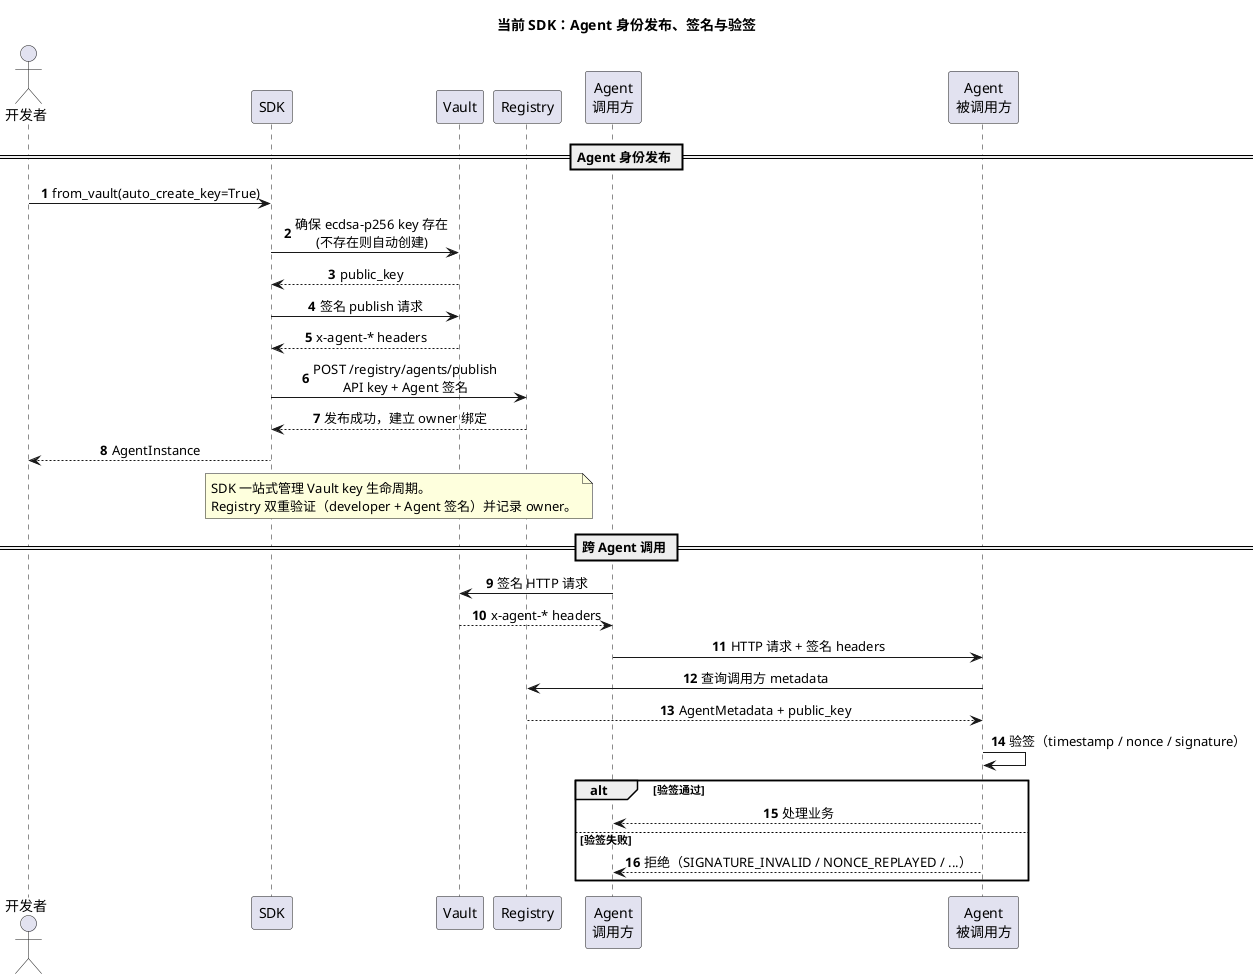
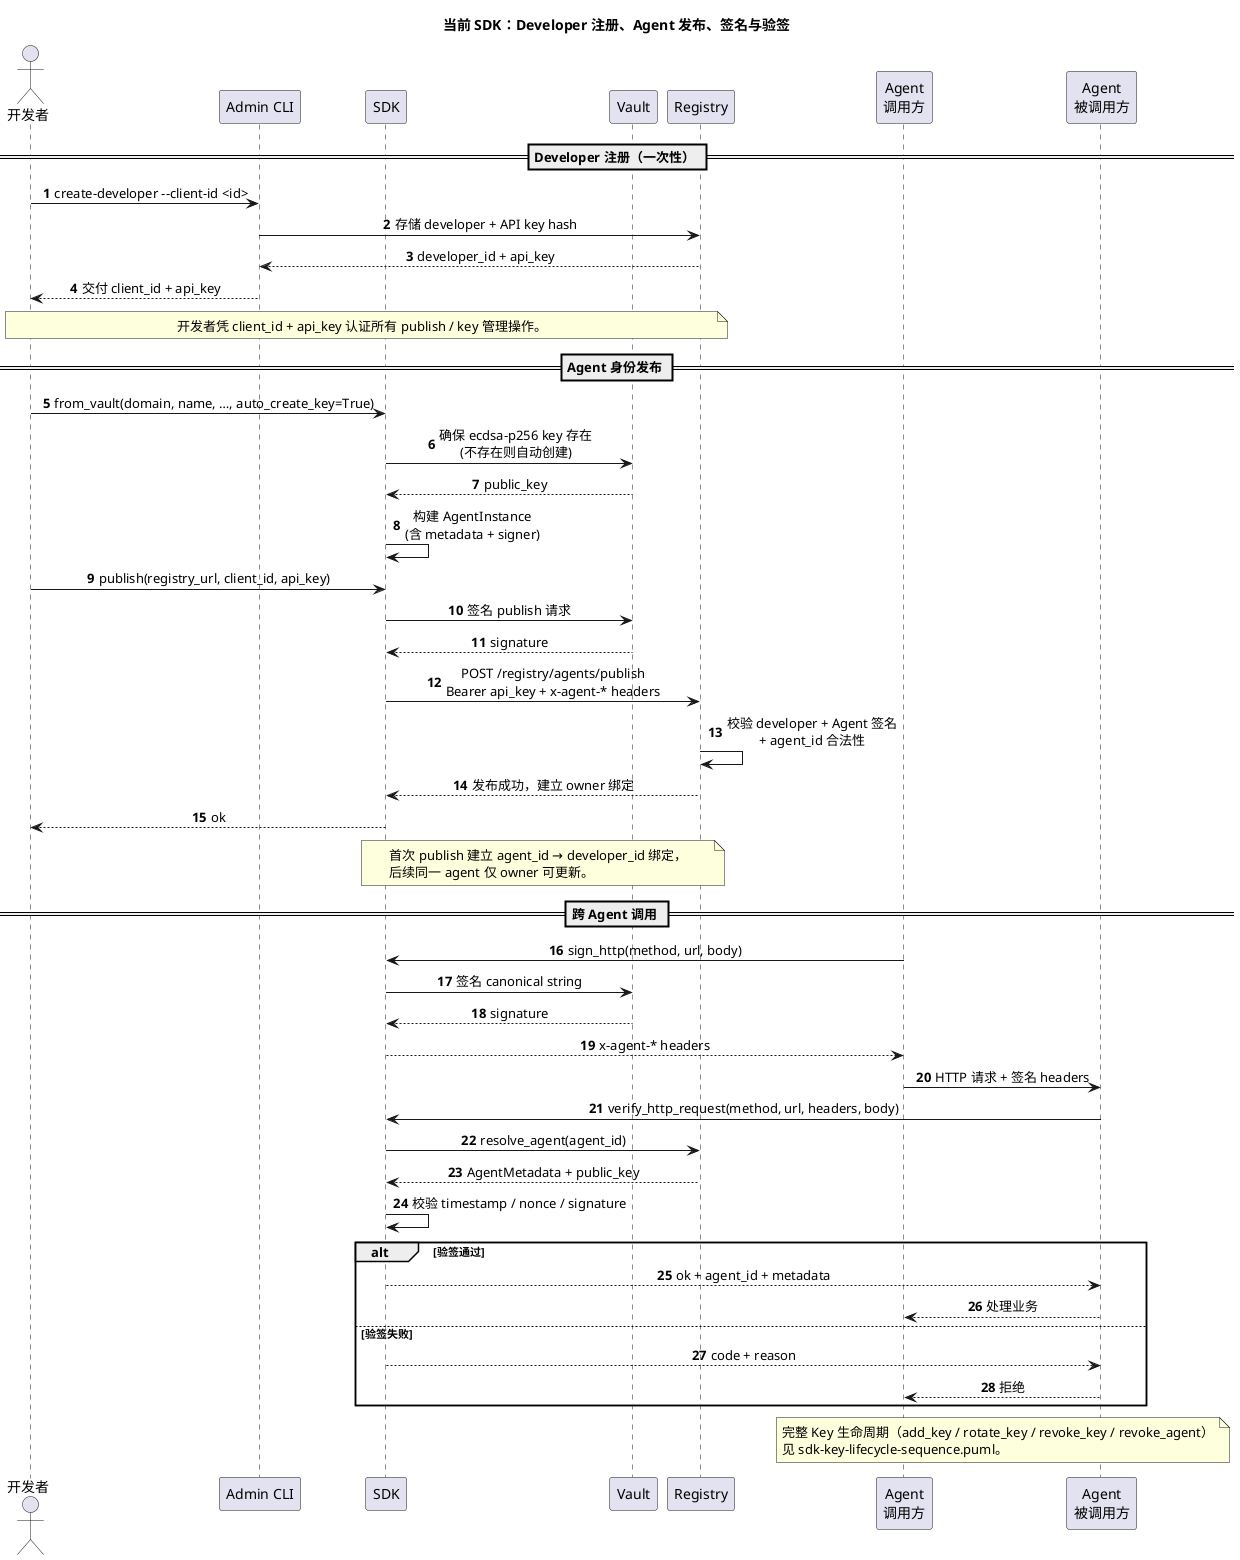
@startuml
- title 当前 SDK：Agent 身份发布、签名与验签
+ title 当前 SDK：Developer 注册、Agent 发布、签名与验签

skinparam shadowing false
skinparam sequenceMessageAlign center
skinparam responseMessageBelowArrow true

<style>
  participant { Padding 28 }
  box { Padding 10 }
</style>

autonumber

actor "开发者" as Dev
+ participant "Admin CLI" as Admin
participant "SDK" as SDK
participant "Vault" as Vault
participant "Registry" as Registry
participant "Agent\n调用方" as Caller
participant "Agent\n被调用方" as Callee

+ == Developer 注册（一次性） ==
+ 
+ Dev -> Admin : create-developer --client-id <id>
+ Admin -> Registry : 存储 developer + API key hash
+ Registry --> Admin : developer_id + api_key
+ Admin --> Dev : 交付 client_id + api_key
+ 
+ note over Dev, Registry
+ 开发者凭 client_id + api_key 认证所有 publish / key 管理操作。
+ end note
+ 
== Agent 身份发布 ==

- Dev -> SDK : from_vault(auto_create_key=True)
+ Dev -> SDK : from_vault(domain, name, …, auto_create_key=True)
SDK -> Vault : 确保 ecdsa-p256 key 存在\n(不存在则自动创建)
Vault --> SDK : public_key
+ SDK -> SDK : 构建 AgentInstance\n(含 metadata + signer)
+ 
+ Dev -> SDK : publish(registry_url, client_id, api_key)
SDK -> Vault : 签名 publish 请求
- Vault --> SDK : x-agent-* headers
- SDK -> Registry : POST /registry/agents/publish\nAPI key + Agent 签名
+ Vault --> SDK : signature
+ SDK -> Registry : POST /registry/agents/publish\nBearer api_key + x-agent-* headers
+ Registry -> Registry : 校验 developer + Agent 签名\n+ agent_id 合法性
Registry --> SDK : 发布成功，建立 owner 绑定
- SDK --> Dev : AgentInstance
+ SDK --> Dev : ok

note over SDK, Registry
- SDK 一站式管理 Vault key 生命周期。
- Registry 双重验证（developer + Agent 签名）并记录 owner。
+ 首次 publish 建立 agent_id → developer_id 绑定，
+ 后续同一 agent 仅 owner 可更新。
end note

== 跨 Agent 调用 ==

- Caller -> Vault : 签名 HTTP 请求
- Vault --> Caller : x-agent-* headers
+ Caller -> SDK : sign_http(method, url, body)
+ SDK -> Vault : 签名 canonical string
+ Vault --> SDK : signature
+ SDK --> Caller : x-agent-* headers
+ 
Caller -> Callee : HTTP 请求 + 签名 headers

- Callee -> Registry : 查询调用方 metadata
- Registry --> Callee : AgentMetadata + public_key
- Callee -> Callee : 验签（timestamp / nonce / signature）
+ Callee -> SDK : verify_http_request(method, url, headers, body)
+ SDK -> Registry : resolve_agent(agent_id)
+ Registry --> SDK : AgentMetadata + public_key
+ SDK -> SDK : 校验 timestamp / nonce / signature

alt 验签通过
+     SDK --> Callee : ok + agent_id + metadata
    Callee --> Caller : 处理业务
else 验签失败
-     Callee --> Caller : 拒绝（SIGNATURE_INVALID / NONCE_REPLAYED / ...）
+     SDK --> Callee : code + reason
+     Callee --> Caller : 拒绝
end

+ note over Caller, Callee
+ 完整 Key 生命周期（add_key / rotate_key / revoke_key / revoke_agent）
+ 见 sdk-key-lifecycle-sequence.puml。
+ end note
+ 
@enduml
